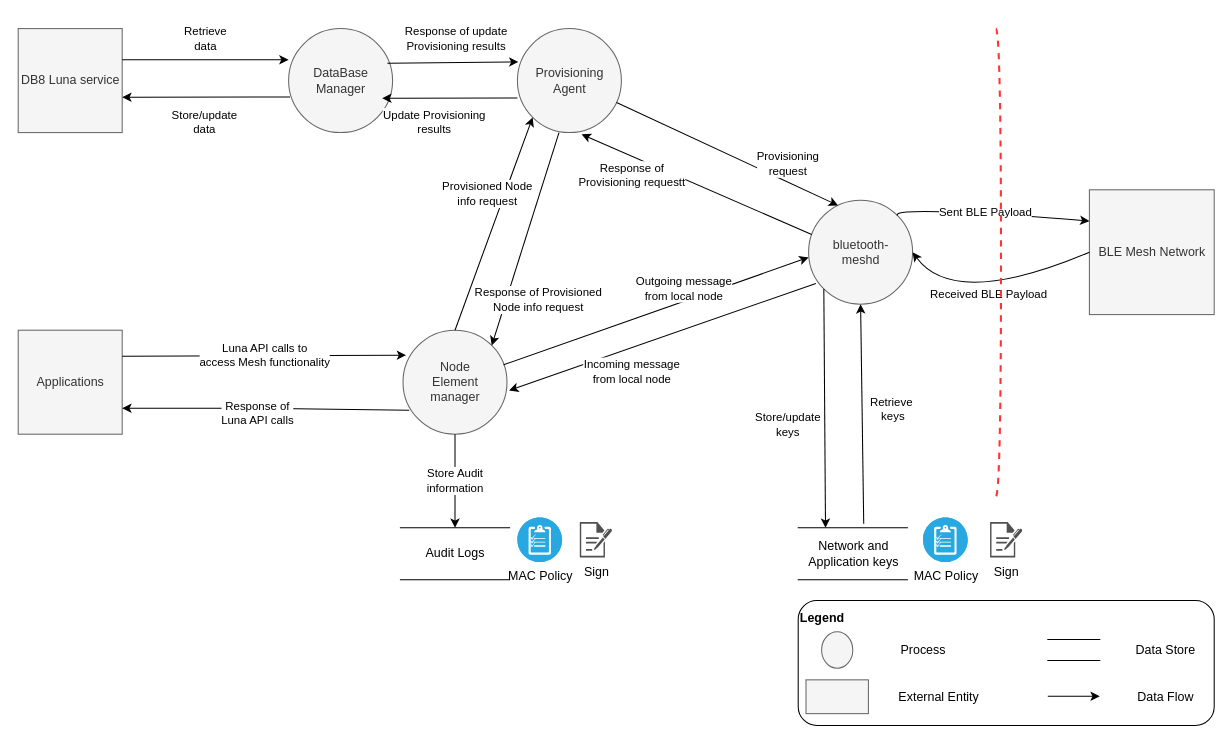
Earlier version of the draw.io diagram Untitled Diagram.drawio (vibhanshuDhote/diagrams). Source tidied: cells renumbered, new cells numbered last; positions are measured from the earlier drawing's top-left corner, leaving out a move shared by most shapes. Both pictures are drawn from the tidied source at 104%, with x=0, y=0 at pixel (18, 28). Pictures stored in the file or linked from it are replaced by grey dashed boxes.
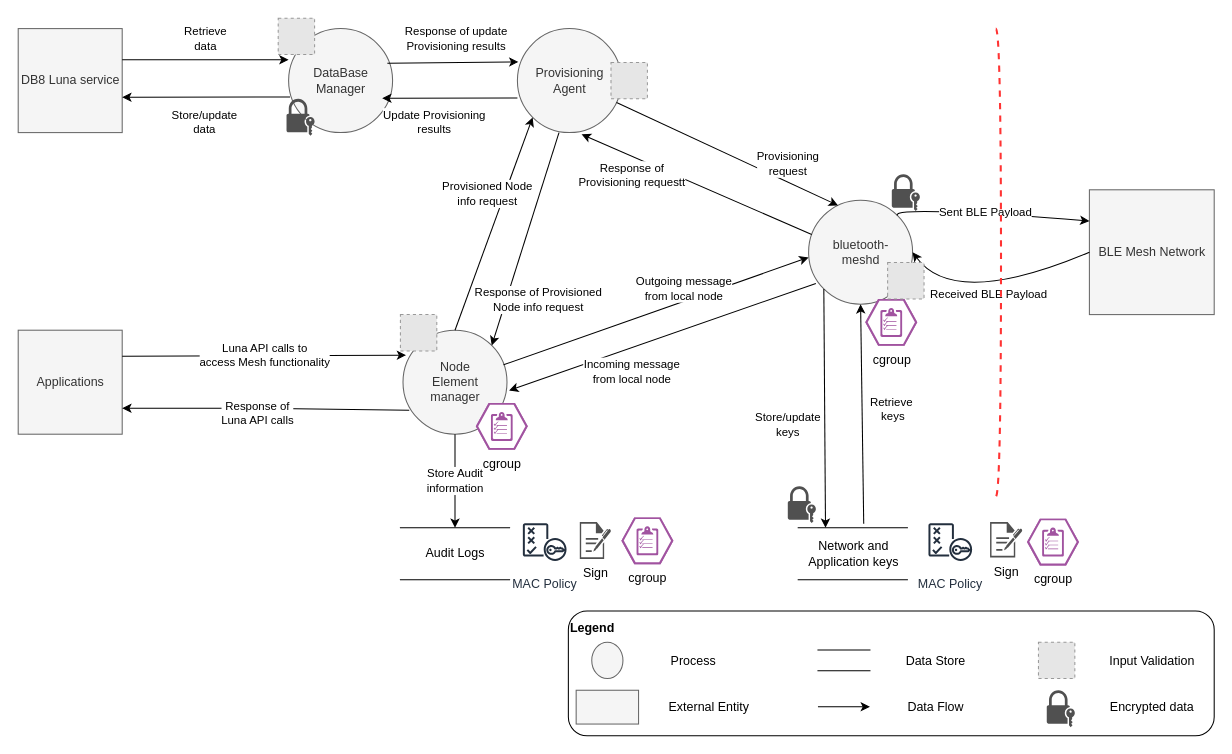
The same page after the edit.

Diff of the diagram source:
```diff
@@
-    <mxCell id="33" style="group;" parent="1" vertex="1">
-      <mxGeometry x="750" y="550" width="400" height="120" as="geometry" />
-    </mxCell>
+    <mxCell id="45" value="Sign" style="sketch=0;shadow=0;dashed=0;html=1;strokeColor=none;fillColor=#505050;labelPosition=center;verticalLabelPosition=bottom;verticalAlign=top;align=center;shape=mxgraph.office.concepts.sign_up;" parent="1" vertex="1">
+      <mxGeometry x="540" y="474.5" width="30" height="35.5" as="geometry" />
+    </mxCell>
+    <mxCell id="46" value="Sign" style="sketch=0;shadow=0;dashed=0;html=1;strokeColor=none;fillColor=#505050;labelPosition=center;verticalLabelPosition=bottom;verticalAlign=top;align=center;shape=mxgraph.office.concepts.sign_up;" parent="1" vertex="1">
+      <mxGeometry x="934.5" y="474.5" width="31" height="34" as="geometry" />
+    </mxCell>
+    <mxCell id="47" value="cgroup" style="verticalLabelPosition=bottom;sketch=0;html=1;fillColor=#A153A0;strokeColor=#ffffff;verticalAlign=top;align=center;shape=mxgraph.cisco_safe.compositeIcon;bgIcon=mxgraph.cisco_safe.design.blank_device;resIcon=mxgraph.cisco_safe.design.policy_2;" parent="1" vertex="1">
+      <mxGeometry x="580" y="470" width="50" height="45" as="geometry" />
+    </mxCell>
+    <mxCell id="48" value="MAC Policy" style="sketch=0;fontColor=#232F3E;gradientColor=none;strokeColor=#232F3E;fillColor=#ffffff;dashed=0;verticalLabelPosition=bottom;verticalAlign=top;align=center;html=1;fontSize=12;fontStyle=0;shape=mxgraph.aws4.resourceIcon;resIcon=mxgraph.aws4.policy;" parent="1" vertex="1">
+      <mxGeometry x="480" y="467.5" width="52.5" height="52.5" as="geometry" />
+    </mxCell>
+    <mxCell id="49" value="MAC Policy" style="sketch=0;fontColor=#232F3E;gradientColor=none;strokeColor=#232F3E;fillColor=#ffffff;dashed=0;verticalLabelPosition=bottom;verticalAlign=top;align=center;html=1;fontSize=12;fontStyle=0;shape=mxgraph.aws4.resourceIcon;resIcon=mxgraph.aws4.policy;" parent="1" vertex="1">
+      <mxGeometry x="870" y="467.5" width="52.5" height="52.5" as="geometry" />
+    </mxCell>
+    <mxCell id="50" value="cgroup" style="verticalLabelPosition=bottom;sketch=0;html=1;fillColor=#A153A0;strokeColor=#ffffff;verticalAlign=top;align=center;shape=mxgraph.cisco_safe.compositeIcon;bgIcon=mxgraph.cisco_safe.design.blank_device;resIcon=mxgraph.cisco_safe.design.policy_2;" parent="1" vertex="1">
+      <mxGeometry x="970" y="471.2" width="50" height="45" as="geometry" />
+    </mxCell>
+    <mxCell id="51" value="cgroup" style="verticalLabelPosition=bottom;sketch=0;html=1;fillColor=#A153A0;strokeColor=#ffffff;verticalAlign=top;align=center;shape=mxgraph.cisco_safe.compositeIcon;bgIcon=mxgraph.cisco_safe.design.blank_device;resIcon=mxgraph.cisco_safe.design.policy_2;" parent="1" vertex="1">
+      <mxGeometry x="814.5" y="260" width="50" height="45" as="geometry" />
+    </mxCell>
+    <mxCell id="52" value="cgroup" style="verticalLabelPosition=bottom;sketch=0;html=1;fillColor=#A153A0;strokeColor=#ffffff;verticalAlign=top;align=center;shape=mxgraph.cisco_safe.compositeIcon;bgIcon=mxgraph.cisco_safe.design.blank_device;resIcon=mxgraph.cisco_safe.design.policy_2;" parent="1" vertex="1">
+      <mxGeometry x="440" y="360" width="50" height="45" as="geometry" />
+    </mxCell>
+    <mxCell id="53" style="fillColor=#E6E6E6;strokeColor=#999999;dashed=1;html=1;verticalAlign=top;verticalLabelPosition=bottom;labelBackgroundColor=#ffffff;" parent="1" vertex="1">
+      <mxGeometry x="367.5" y="275" width="35" height="35" as="geometry" />
+    </mxCell>
+    <mxCell id="54" style="fillColor=#E6E6E6;strokeColor=#999999;dashed=1;html=1;verticalAlign=top;verticalLabelPosition=bottom;labelBackgroundColor=#ffffff;" parent="1" vertex="1">
+      <mxGeometry x="250" y="-10" width="35" height="35" as="geometry" />
+    </mxCell>
+    <mxCell id="55" style="fillColor=#E6E6E6;strokeColor=#999999;dashed=1;html=1;verticalAlign=top;verticalLabelPosition=bottom;labelBackgroundColor=#ffffff;" parent="1" vertex="1">
+      <mxGeometry x="836" y="225" width="35" height="35" as="geometry" />
+    </mxCell>
+    <mxCell id="56" style="fillColor=#E6E6E6;strokeColor=#999999;dashed=1;html=1;verticalAlign=top;verticalLabelPosition=bottom;labelBackgroundColor=#ffffff;" parent="1" vertex="1">
+      <mxGeometry x="570" y="32.5" width="35" height="35" as="geometry" />
+    </mxCell>
+    <mxCell id="57" style="sketch=0;shadow=0;dashed=0;html=1;strokeColor=none;fillColor=#505050;labelPosition=center;verticalLabelPosition=bottom;verticalAlign=top;align=center;shape=mxgraph.office.security.lock_with_key_security;" parent="1" vertex="1">
+      <mxGeometry x="740" y="440" width="27" height="35.5" as="geometry" />
+    </mxCell>
+    <mxCell id="58" style="sketch=0;shadow=0;dashed=0;html=1;strokeColor=none;fillColor=#505050;labelPosition=center;verticalLabelPosition=bottom;verticalAlign=top;align=center;shape=mxgraph.office.security.lock_with_key_security;" parent="1" vertex="1">
+      <mxGeometry x="840" y="140" width="27" height="35.5" as="geometry" />
+    </mxCell>
+    <mxCell id="59" style="group;" parent="1" vertex="1">
+      <mxGeometry x="529" y="560" width="621" height="120" as="geometry" />
+    </mxCell>
-    <mxCell id="34" value="&lt;b&gt;Legend&lt;/b&gt;&lt;br&gt;&lt;br&gt;&lt;br&gt;&lt;br&gt;&lt;br&gt;&lt;br&gt;&lt;br&gt;" style="rounded=1;whiteSpace=wrap;html=1;align=left;" parent="33" vertex="1">
-      <mxGeometry width="400" height="120" as="geometry" />
+    <mxCell id="34" value="&lt;b&gt;Legend&lt;/b&gt;&lt;br&gt;&lt;br&gt;&lt;br&gt;&lt;br&gt;&lt;br&gt;&lt;br&gt;&lt;br&gt;" style="rounded=1;whiteSpace=wrap;html=1;align=left;" parent="59" vertex="1">
+      <mxGeometry width="621" height="120" as="geometry" />
     </mxCell>
-    <mxCell id="35" style="shape=ellipse;html=1;dashed=0;whitespace=wrap;perimeter=ellipsePerimeter;fillColor=#f5f5f5;fontColor=#333333;strokeColor=#666666;" parent="33" vertex="1">
+    <mxCell id="35" style="shape=ellipse;html=1;dashed=0;whitespace=wrap;perimeter=ellipsePerimeter;fillColor=#f5f5f5;fontColor=#333333;strokeColor=#666666;" parent="59" vertex="1">
       <mxGeometry x="22.5" y="30" width="30" height="35" as="geometry" />
     </mxCell>
-    <mxCell id="36" value="Process" style="text;html=1;align=center;verticalAlign=middle;strokeColor=none;fillColor=none;" parent="33" vertex="1">
+    <mxCell id="36" value="Process" style="text;html=1;align=center;verticalAlign=middle;strokeColor=none;fillColor=none;" parent="59" vertex="1">
       <mxGeometry x="90" y="37.5" width="60" height="20" as="geometry" />
     </mxCell>
-    <mxCell id="37" style="html=1;dashed=0;whitespace=wrap;fillColor=#f5f5f5;fontColor=#333333;strokeColor=#666666;" parent="33" vertex="1">
+    <mxCell id="37" style="html=1;dashed=0;whitespace=wrap;fillColor=#f5f5f5;fontColor=#333333;strokeColor=#666666;" parent="59" vertex="1">
       <mxGeometry x="7.5" y="76.2" width="60" height="32.5" as="geometry" />
     </mxCell>
-    <mxCell id="38" value="External Entity" style="text;html=1;align=center;verticalAlign=middle;strokeColor=none;fillColor=none;" parent="33" vertex="1">
+    <mxCell id="38" value="External Entity" style="text;html=1;align=center;verticalAlign=middle;strokeColor=none;fillColor=none;" parent="59" vertex="1">
       <mxGeometry x="90" y="82.5" width="90" height="20" as="geometry" />
     </mxCell>
-    <mxCell id="39" style="html=1;dashed=0;whitespace=wrap;shape=partialRectangle;right=0;left=0;" parent="33" vertex="1">
+    <mxCell id="39" style="html=1;dashed=0;whitespace=wrap;shape=partialRectangle;right=0;left=0;" parent="59" vertex="1">
       <mxGeometry x="240" y="37.5" width="50" height="20" as="geometry" />
     </mxCell>
-    <mxCell id="40" value="Data Store" style="text;html=1;align=center;verticalAlign=middle;strokeColor=none;fillColor=none;" parent="33" vertex="1">
+    <mxCell id="40" value="Data Store" style="text;html=1;align=center;verticalAlign=middle;strokeColor=none;fillColor=none;" parent="59" vertex="1">
       <mxGeometry x="317.5" y="37.5" width="70" height="20" as="geometry" />
     </mxCell>
-    <mxCell id="41" style="endArrow=classic;html=1;rounded=0;" parent="33" edge="1">
-      <mxGeometry relative="1" as="geometry">
-        <mxPoint x="240" y="92" as="sourcePoint" />
-        <mxPoint x="290" y="92" as="targetPoint" />
-      </mxGeometry>
-    </mxCell>
+    <mxCell id="60" style="endArrow=classic;html=1;rounded=0;" parent="59" edge="1">
+      <mxGeometry relative="1" as="geometry">
+        <mxPoint x="240" y="92" as="sourcePoint" />
+        <mxPoint x="290" y="92" as="targetPoint" />
+      </mxGeometry>
+    </mxCell>
-    <mxCell id="42" value="Data Flow" style="text;html=1;align=center;verticalAlign=middle;strokeColor=none;fillColor=none;" parent="33" vertex="1">
+    <mxCell id="42" value="Data Flow" style="text;html=1;align=center;verticalAlign=middle;strokeColor=none;fillColor=none;" parent="59" vertex="1">
       <mxGeometry x="317.5" y="82.5" width="70" height="20" as="geometry" />
     </mxCell>
-    <mxCell id="43" value="MAC Policy" style="fillColor=#28A8E0;verticalLabelPosition=bottom;sketch=0;html=1;strokeColor=#ffffff;verticalAlign=top;align=center;shape=mxgraph.cisco_safe.compositeIcon;bgIcon=ellipse;resIcon=mxgraph.cisco_safe.capability.policy_configuration;" parent="1" vertex="1">
-      <mxGeometry x="480" y="470" width="43" height="43" as="geometry" />
-    </mxCell>
-    <mxCell id="44" value="MAC Policy" style="fillColor=#28A8E0;verticalLabelPosition=bottom;sketch=0;html=1;strokeColor=#ffffff;verticalAlign=top;align=center;shape=mxgraph.cisco_safe.compositeIcon;bgIcon=ellipse;resIcon=mxgraph.cisco_safe.capability.policy_configuration;" parent="1" vertex="1">
-      <mxGeometry x="870" y="470" width="43" height="43" as="geometry" />
-    </mxCell>
-    <mxCell id="45" value="Sign" style="sketch=0;shadow=0;dashed=0;html=1;strokeColor=none;fillColor=#505050;labelPosition=center;verticalLabelPosition=bottom;verticalAlign=top;align=center;shape=mxgraph.office.concepts.sign_up;" parent="1" vertex="1">
-      <mxGeometry x="540" y="474.5" width="31" height="34" as="geometry" />
-    </mxCell>
-    <mxCell id="46" value="Sign" style="sketch=0;shadow=0;dashed=0;html=1;strokeColor=none;fillColor=#505050;labelPosition=center;verticalLabelPosition=bottom;verticalAlign=top;align=center;shape=mxgraph.office.concepts.sign_up;" parent="1" vertex="1">
-      <mxGeometry x="934.5" y="474.5" width="31" height="34" as="geometry" />
-    </mxCell>
+    <mxCell id="61" style="fillColor=#E6E6E6;strokeColor=#999999;dashed=1;html=1;verticalAlign=top;verticalLabelPosition=bottom;labelBackgroundColor=#ffffff;" parent="59" vertex="1">
+      <mxGeometry x="452" y="30" width="35" height="35" as="geometry" />
+    </mxCell>
+    <mxCell id="62" style="sketch=0;shadow=0;dashed=0;html=1;strokeColor=none;fillColor=#505050;labelPosition=center;verticalLabelPosition=bottom;verticalAlign=top;align=center;shape=mxgraph.office.security.lock_with_key_security;" parent="59" vertex="1">
+      <mxGeometry x="460" y="76.2" width="27" height="35.5" as="geometry" />
+    </mxCell>
+    <mxCell id="63" value="Input Validation" style="text;html=1;align=center;verticalAlign=middle;strokeColor=none;fillColor=none;" parent="59" vertex="1">
+      <mxGeometry x="511" y="37.5" width="100" height="20" as="geometry" />
+    </mxCell>
+    <mxCell id="64" value="Encrypted data" style="text;html=1;align=center;verticalAlign=middle;strokeColor=none;fillColor=none;" parent="59" vertex="1">
+      <mxGeometry x="511" y="82.5" width="100" height="20" as="geometry" />
+    </mxCell>
+    <mxCell id="65" style="sketch=0;shadow=0;dashed=0;html=1;strokeColor=none;fillColor=#505050;labelPosition=center;verticalLabelPosition=bottom;verticalAlign=top;align=center;shape=mxgraph.office.security.lock_with_key_security;" parent="1" vertex="1">
+      <mxGeometry x="258" y="67.5" width="27" height="35.5" as="geometry" />
+    </mxCell>
```
